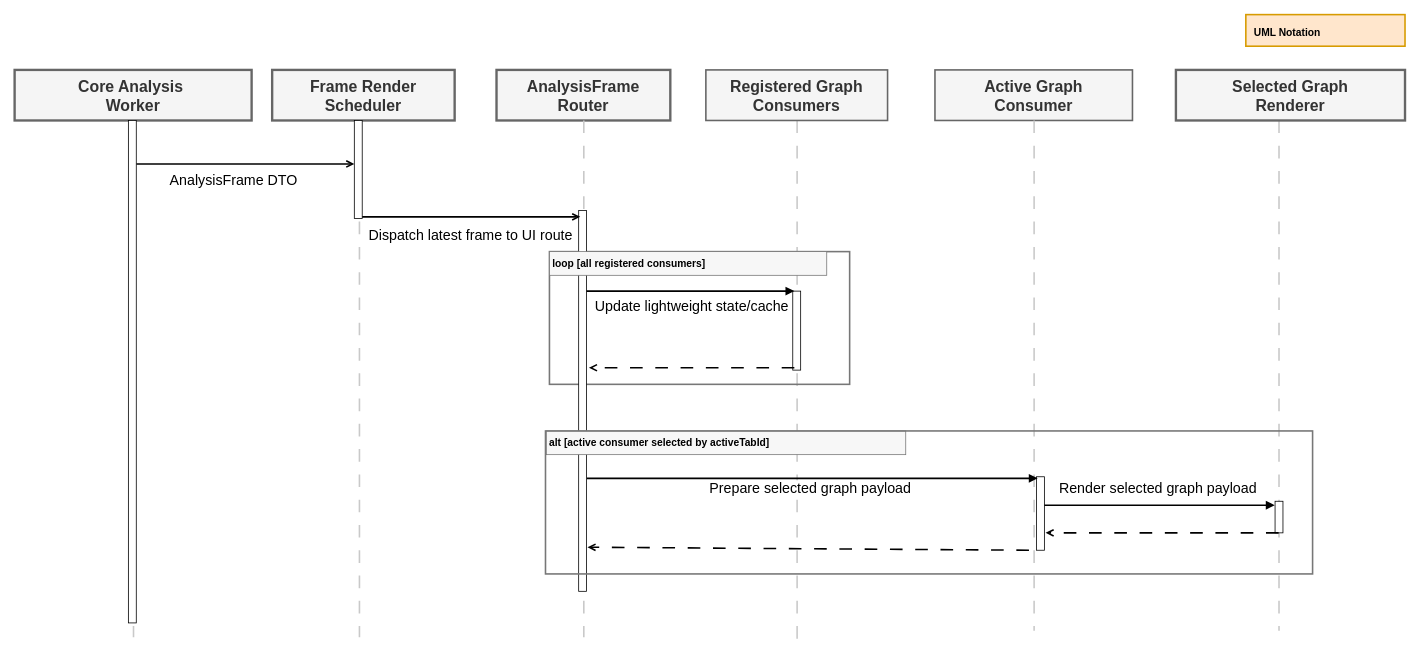
Before: FinalDemo/assets/2. AnalysysFrame-SequenceDiagram/2. ForPresentation_AnalysisFrame sequence diagram.drawio in lgcmu2026-team5/TimeGrapher-Docs, a draw.io diagram. Source tidied: cells renumbered, new cells numbered last; positions are measured from the earlier drawing's top-left corner, leaving out a move shared by most shapes. Both pictures are drawn from the tidied source at 79%, with x=0, y=0 at pixel (14, 14).
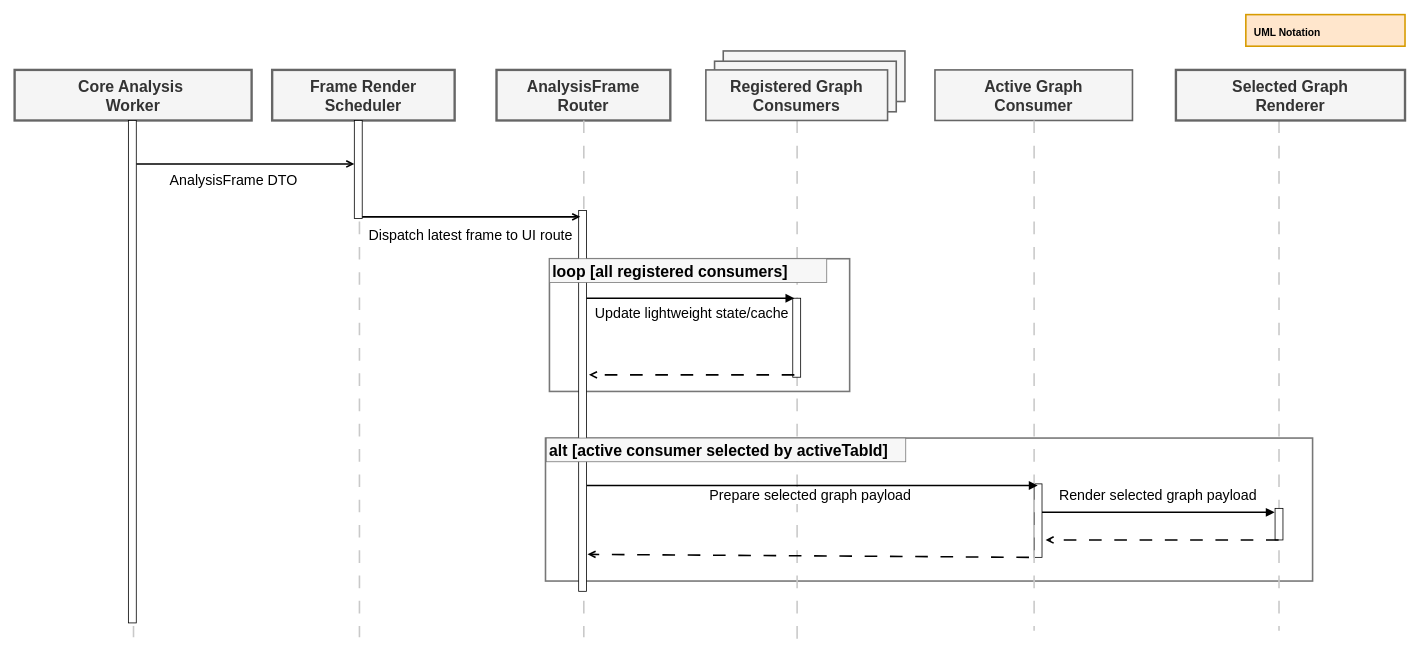
The same diagram, later.

The change refers to these unchanged cells:
```xml
<mxCell id="24" style="shape=line;direction=south;html=1;strokeColor=#C9C9C9;strokeWidth=2;dashed=1;dashPattern=8 8;" parent="1" vertex="1">
  <mxGeometry x="720" y="134" width="1" height="654" as="geometry" />
</mxCell>
<mxCell id="25" style="html=1;points=[[0,0,0,0,5],[0,1,0,0,-5],[1,0,0,0,5],[1,1,0,0,-5]];perimeter=orthogonalPerimeter;outlineConnect=0;targetShapes=umlLifeline;portConstraint=eastwest;newEdgeStyle={&quot;curved&quot;:0,&quot;rounded&quot;:0};" parent="1" vertex="1">
  <mxGeometry x="714" y="248" width="10" height="482" as="geometry" />
</mxCell>
```

The edit, as a diff of the source:
```diff
@@
+    <mxCell id="32" style="rounded=0;whiteSpace=wrap;html=1;fillColor=none;strokeColor=#777777;strokeWidth=2;fontSize=20;" parent="1" vertex="1">
+      <mxGeometry x="672" y="536" width="971" height="181" as="geometry" />
+    </mxCell>
+    <mxCell id="33" style="fontFamily=Malgun Gothic;fontSize=13;whiteSpace=wrap;html=1;rounded=0;align=center;verticalAlign=middle;spacing=6;strokeWidth=2;strokeColor=#666666;fillColor=#f5f5f5;fontColor=#333333;" parent="1" vertex="1">
+      <mxGeometry x="897" y="46" width="230" height="64" as="geometry" />
+    </mxCell>
+    <mxCell id="34" style="fontFamily=Malgun Gothic;fontSize=13;whiteSpace=wrap;html=1;rounded=0;align=center;verticalAlign=middle;spacing=6;strokeWidth=2;strokeColor=#666666;fillColor=#f5f5f5;fontColor=#333333;" parent="1" vertex="1">
+      <mxGeometry x="886" y="59" width="230" height="64" as="geometry" />
+    </mxCell>
     <mxCell id="2" value="&lt;font style=&quot;font-size: 18px;&quot;&gt;Render selected graph payload&lt;/font&gt;" style="endArrow=block;html=1;rounded=0;strokeColor=light-dark(#000000, #64a868);strokeWidth=2;fontFamily=Malgun Gothic;fontSize=13;labelBackgroundColor=#FFFFFF;" parent="1" edge="1">
       <mxGeometry y="21" relative="1" as="geometry">
-        <mxPoint x="1298" y="621" as="sourcePoint" />
-        <mxPoint x="1595" y="621" as="targetPoint" />
+        <mxPoint x="1298" y="630" as="sourcePoint" />
+        <mxPoint x="1595" y="630" as="targetPoint" />
       </mxGeometry>
     </mxCell>
@@
     <mxCell id="4" style="html=1;perimeter=orthogonalPerimeter;targetShapes=umlLifeline;newEdgeStyle={&quot;curved&quot;:0,&quot;rounded&quot;:0};" parent="1" vertex="1">
-      <mxGeometry x="1293.5" y="585" width="10" height="93" as="geometry" />
+      <mxGeometry x="1290.5" y="594" width="10" height="93" as="geometry" />
     </mxCell>
@@
     <mxCell id="6" style="html=1;perimeter=orthogonalPerimeter;targetShapes=umlLifeline;newEdgeStyle={&quot;curved&quot;:0,&quot;rounded&quot;:0};" parent="1" vertex="1">
-      <mxGeometry x="985" y="350" width="10" height="100" as="geometry" />
+      <mxGeometry x="985" y="359" width="10" height="100" as="geometry" />
     </mxCell>
     <mxCell id="7" style="rounded=0;whiteSpace=wrap;html=1;fillColor=none;strokeColor=#777777;strokeWidth=2;" parent="1" vertex="1">
-      <mxGeometry x="677" y="300" width="380" height="168" as="geometry" />
+      <mxGeometry x="677" y="309" width="380" height="168" as="geometry" />
     </mxCell>
@@
     <mxCell id="16" value="&lt;font style=&quot;font-size: 18px;&quot;&gt;Update lightweight state/cache&lt;/font&gt;" style="endArrow=block;html=1;rounded=0;strokeColor=light-dark(#000000, #63a8f6);strokeWidth=2;fontFamily=Malgun Gothic;fontSize=13;labelBackgroundColor=#FFFFFF;" parent="1" edge="1">
       <mxGeometry x="0.04" y="-20" relative="1" as="geometry">
-        <mxPoint x="717" y="350" as="sourcePoint" />
-        <mxPoint x="987" y="350" as="targetPoint" />
+        <mxPoint x="717" y="359" as="sourcePoint" />
+        <mxPoint x="987" y="359" as="targetPoint" />
       </mxGeometry>
     </mxCell>
-    <mxCell id="17" value="&lt;font style=&quot;font-size: 18px;&quot;&gt;Prepare selected graph payload&lt;/font&gt;" style="endArrow=block;html=1;rounded=0;strokeColor=light-dark(#000000, #63a8f6);strokeWidth=2;fontFamily=Malgun Gothic;fontSize=13;labelBackgroundColor=#FFFFFF;" parent="1" edge="1" source="25">
+    <mxCell id="17" value="&lt;font style=&quot;font-size: 18px;&quot;&gt;Prepare selected graph payload&lt;/font&gt;" style="endArrow=block;html=1;rounded=0;strokeColor=light-dark(#000000, #63a8f6);strokeWidth=2;fontFamily=Malgun Gothic;fontSize=13;labelBackgroundColor=#FFFFFF;" parent="1" edge="1">
       <mxGeometry x="-0.01" y="-13" relative="1" as="geometry">
-        <mxPoint x="1295" y="587" as="targetPoint" />
+        <mxPoint x="724" y="596" as="sourcePoint" />
+        <mxPoint x="1295" y="596" as="targetPoint" />
       </mxGeometry>
     </mxCell>
@@
     <mxCell id="19" style="html=1;perimeter=orthogonalPerimeter;targetShapes=umlLifeline;newEdgeStyle={&quot;curved&quot;:0,&quot;rounded&quot;:0};" parent="1" vertex="1">
-      <mxGeometry x="1595.5" y="616" width="10" height="40" as="geometry" />
+      <mxGeometry x="1595.5" y="625" width="10" height="40" as="geometry" />
     </mxCell>
@@
     <mxCell id="27" style="endArrow=open;html=1;rounded=0;strokeColor=light-dark(#000000, #63a8f6);strokeWidth=2;fontFamily=Malgun Gothic;fontSize=13;labelBackgroundColor=#FFFFFF;dashed=1;dashPattern=8 8;endFill=0;" parent="1" edge="1">
       <mxGeometry relative="1" as="geometry">
-        <mxPoint x="987" y="447" as="sourcePoint" />
-        <mxPoint x="727" y="447" as="targetPoint" />
+        <mxPoint x="987" y="456" as="sourcePoint" />
+        <mxPoint x="727" y="456" as="targetPoint" />
       </mxGeometry>
     </mxCell>
     <mxCell id="28" style="endArrow=open;html=1;rounded=0;strokeColor=light-dark(#000000, #63a8f6);strokeWidth=2;fontFamily=Malgun Gothic;fontSize=13;labelBackgroundColor=#FFFFFF;dashed=1;dashPattern=8 8;endFill=0;exitX=0.45;exitY=0.926;exitDx=0;exitDy=0;exitPerimeter=0;" parent="1" edge="1">
       <mxGeometry relative="1" as="geometry">
-        <mxPoint x="1600" y="656" as="sourcePoint" />
-        <mxPoint x="1305" y="656" as="targetPoint" />
+        <mxPoint x="1600" y="665" as="sourcePoint" />
+        <mxPoint x="1305" y="665" as="targetPoint" />
       </mxGeometry>
     </mxCell>
-    <mxCell id="29" style="endArrow=open;html=1;rounded=0;strokeColor=light-dark(#000000, #63a8f6);strokeWidth=2;fontFamily=Malgun Gothic;fontSize=13;labelBackgroundColor=#FFFFFF;dashed=1;dashPattern=8 8;endFill=0;exitX=0.45;exitY=0.926;exitDx=0;exitDy=0;exitPerimeter=0;entryX=0.826;entryY=-4.158;entryDx=0;entryDy=0;entryPerimeter=0;" parent="1" edge="1" target="24">
+    <mxCell id="29" style="endArrow=open;html=1;rounded=0;strokeColor=light-dark(#000000, #63a8f6);strokeWidth=2;fontFamily=Malgun Gothic;fontSize=13;labelBackgroundColor=#FFFFFF;dashed=1;dashPattern=8 8;endFill=0;exitX=0.45;exitY=0.926;exitDx=0;exitDy=0;exitPerimeter=0;entryX=0.826;entryY=-4.158;entryDx=0;entryDy=0;entryPerimeter=0;" parent="1" edge="1">
       <mxGeometry relative="1" as="geometry">
-        <mxPoint x="1284" y="678" as="sourcePoint" />
+        <mxPoint x="1284" y="687" as="sourcePoint" />
+        <mxPoint x="725.2" y="683.2" as="targetPoint" />
       </mxGeometry>
     </mxCell>
-    <mxCell id="30" value="loop [all registered consumers]" style="fontFamily=Malgun Gothic;fontSize=13;fontStyle=1;whiteSpace=wrap;html=1;rounded=0;align=left;verticalAlign=middle;spacing=4;strokeWidth=1;strokeColor=#777777;fillColor=#F7F7F7;" parent="1" vertex="1">
-      <mxGeometry x="677" y="300" width="351" height="30" as="geometry" />
+    <mxCell id="30" value="&lt;font style=&quot;font-size: 20px;&quot;&gt;loop [all registered consumers]&lt;/font&gt;" style="fontFamily=Malgun Gothic;fontSize=13;fontStyle=1;whiteSpace=wrap;html=1;rounded=0;align=left;verticalAlign=middle;spacing=4;strokeWidth=1;strokeColor=#777777;fillColor=#F7F7F7;" parent="1" vertex="1">
+      <mxGeometry x="677" y="309" width="351" height="30" as="geometry" />
     </mxCell>
-    <mxCell id="31" value="alt [active consumer selected by activeTabId]" style="fontFamily=Malgun Gothic;fontSize=13;fontStyle=1;whiteSpace=wrap;html=1;rounded=0;align=left;verticalAlign=middle;spacing=4;strokeWidth=1;strokeColor=#777777;fillColor=#F7F7F7;" parent="1" vertex="1">
-      <mxGeometry x="673" y="527" width="455" height="30" as="geometry" />
+    <mxCell id="31" value="&lt;font style=&quot;font-size: 20px;&quot;&gt;alt [active consumer selected by activeTabId]&lt;/font&gt;" style="fontFamily=Malgun Gothic;fontSize=13;fontStyle=1;whiteSpace=wrap;html=1;rounded=0;align=left;verticalAlign=middle;spacing=4;strokeWidth=1;strokeColor=#777777;fillColor=#F7F7F7;" parent="1" vertex="1">
+      <mxGeometry x="673" y="536" width="455" height="30" as="geometry" />
     </mxCell>
-    <mxCell id="32" style="rounded=0;whiteSpace=wrap;html=1;fillColor=none;strokeColor=#777777;strokeWidth=2;" parent="1" vertex="1">
-      <mxGeometry x="672" y="527" width="971" height="181" as="geometry" />
-    </mxCell>
```
